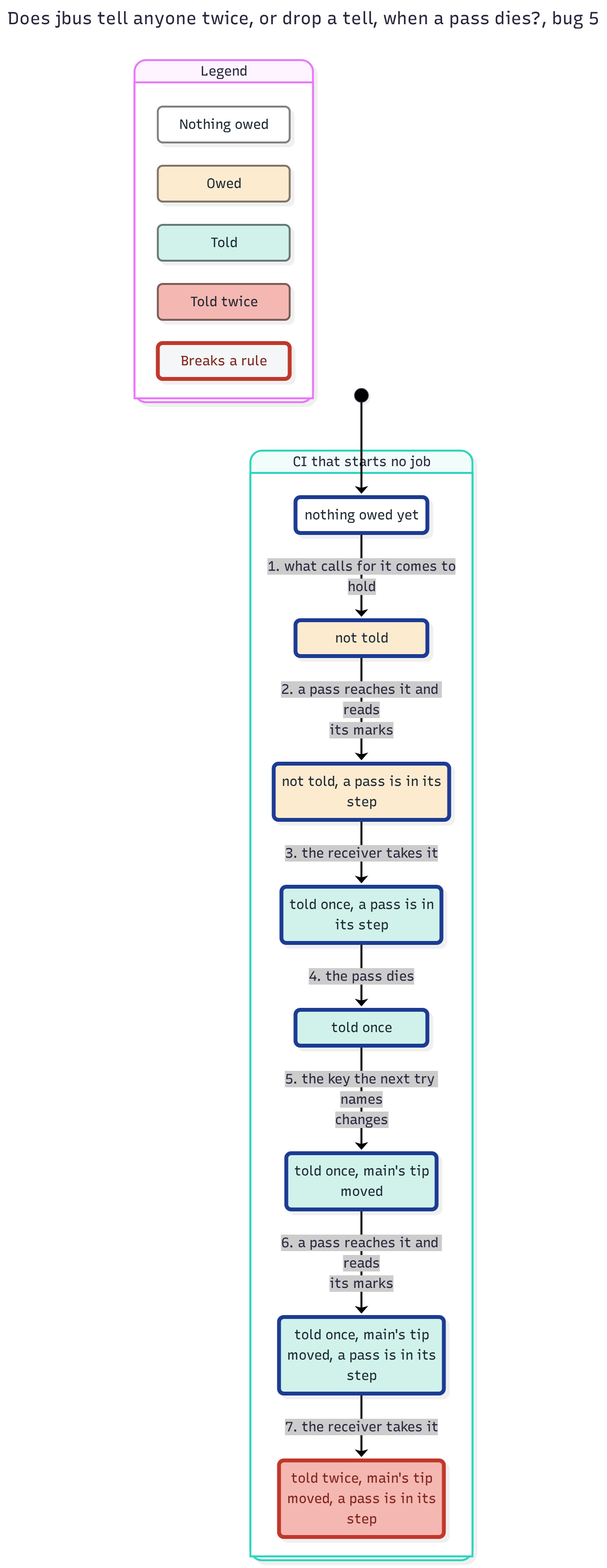
Earlier version of the Mermaid export features/jbus/spec/TellOnce-statechart/bug-5.png (JoshuaHayesWasHere/jstack). Its source is kept beside it as features/jbus/spec/TellOnce-statechart/bug-5.mmd.
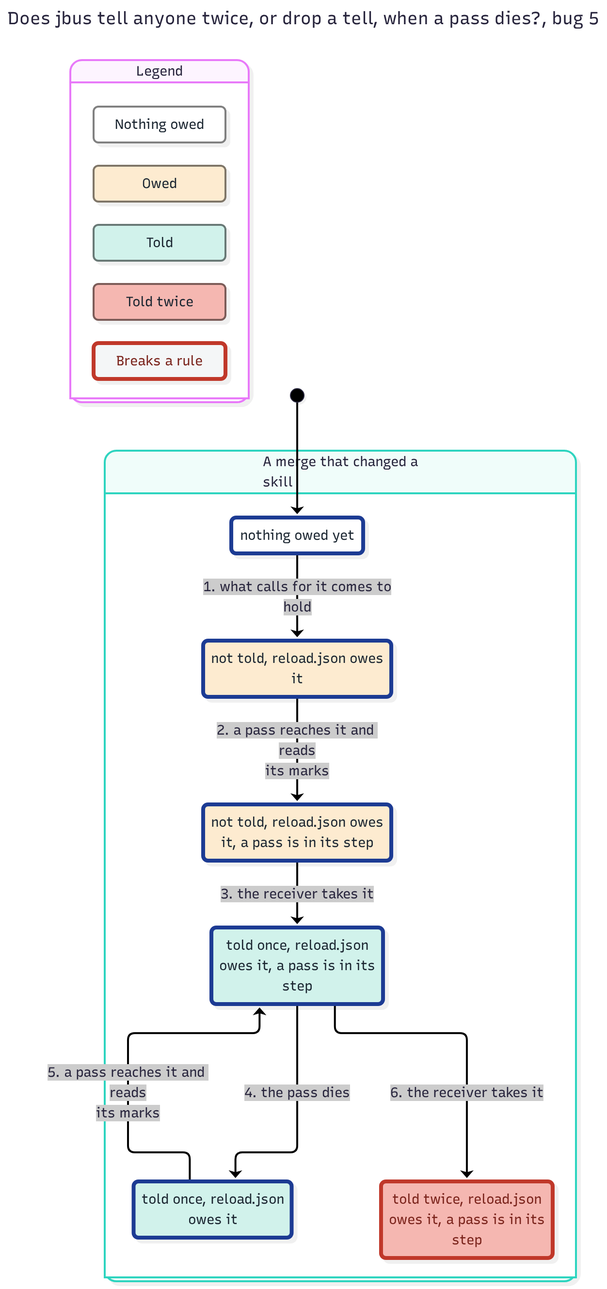
The same file after the commit.

The edit, as a diff of the source:
```diff
@@ -27,29 +27,24 @@
   class legendGroup2 group2
   class legendGroup3 group3
   class legendWrong plainWrong
-  state "CI that starts no job" as g0 {
-    state "not told" as s0
-    state "not told, a pass is in its<br/>step" as s1
+  state "A merge that changed a<br/>skill" as g0 {
+    state "not told, reload.json owes<br/>it" as s0
+    state "not told, reload.json owes<br/>it, a pass is in its step" as s1
     state "nothing owed yet" as s2
-    state "told once" as s3
-    state "told once, a pass is in<br/>its step" as s4
-    state "told once, main's tip<br/>moved" as s5
-    state "told once, main's tip<br/>moved, a pass is in its<br/>step" as s6
-    state "told twice, main's tip<br/>moved, a pass is in its<br/>step" as s7
+    state "told once, reload.json<br/>owes it" as s3
+    state "told once, reload.json<br/>owes it, a pass is in its<br/>step" as s4
+    state "told twice, reload.json<br/>owes it, a pass is in its<br/>step" as s5
   }
   [*] --> s2
   s2 --> s0 : 1. what calls for it comes to<br/>hold
   s0 --> s1 : 2. a pass reaches it and reads<br/>its marks
   s1 --> s4 : 3. the receiver takes it
   s4 --> s3 : 4. the pass dies
-  s3 --> s5 : 5. the key the next try names<br/>changes
-  s5 --> s6 : 6. a pass reaches it and reads<br/>its marks
-  s6 --> s7 : 7. the receiver takes it
+  s3 --> s4 : 5. a pass reaches it and reads<br/>its marks
+  s4 --> s5 : 6. the receiver takes it
   class s0 group1Path
   class s1 group1Path
   class s2 group0Path
   class s3 group2Path
   class s4 group2Path
-  class s5 group2Path
-  class s6 group2Path
-  class s7 group3Wrong
+  class s5 group3Wrong
```
